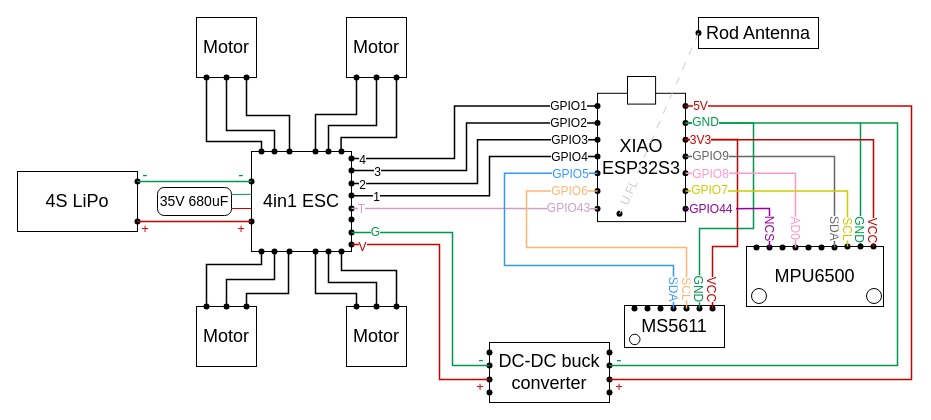
Before: documentation/drawio/wiring_diagram_drone.drawio in rossiesh/drone, a draw.io diagram. Source tidied: cells renumbered, new cells numbered last; positions are measured from the earlier drawing's top-left corner, leaving out a move shared by most shapes. Both pictures are drawn from the tidied source at 100%, with x=0, y=0 at pixel (17, 17).
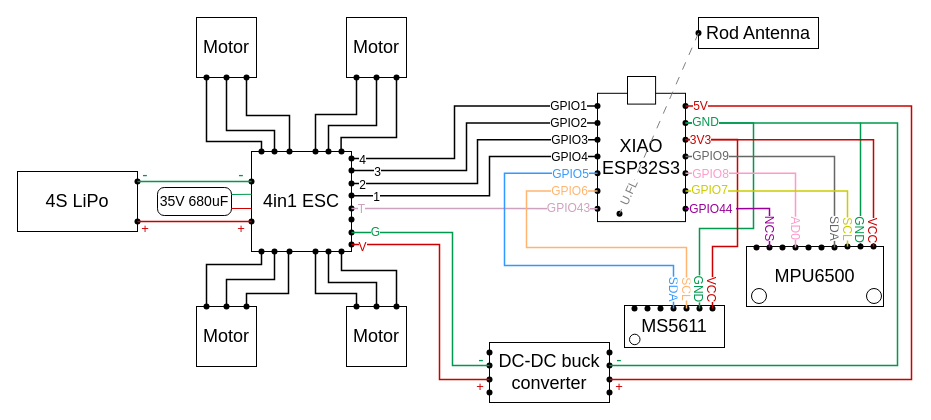
The same page after the edit.

Unchanged cells that the change refers to:
```xml
<mxCell id="96" style="shape=waypoint;sketch=0;size=6;points=[];fillColor=none;perimeter=centerPerimeter;snapToPoint=1;strokeWidth=1;fontSize=18;labelBackgroundColor=none;" parent="79" vertex="1">
  <mxGeometry x="22" y="127.3" width="20" height="20" as="geometry" />
</mxCell>
<mxCell id="169" style="shape=waypoint;sketch=0;size=6;points=[];fillColor=none;perimeter=centerPerimeter;snapToPoint=1;fontFamily=Helvetica;fontSize=11;fontColor=default;labelBackgroundColor=default;" parent="167" vertex="1">
  <mxGeometry y="5.5" width="20" height="20" as="geometry" />
</mxCell>
```

The edit, as a diff of the source:
```diff
@@
-    <mxCell id="170" style="edgeStyle=none;shape=connector;rounded=0;jettySize=auto;html=1;entryX=0.842;entryY=0.639;entryDx=0;entryDy=0;entryPerimeter=0;strokeColor=#CCCCCC;strokeWidth=1;align=center;verticalAlign=middle;fontFamily=Helvetica;fontSize=11;fontColor=default;labelBackgroundColor=default;endArrow=none;dashed=1;dashPattern=8 8;" parent="1" edge="1" source="169" target="96">
+    <mxCell id="170" style="edgeStyle=none;shape=connector;rounded=0;jettySize=auto;html=1;entryX=0.842;entryY=0.639;entryDx=0;entryDy=0;entryPerimeter=0;strokeColor=#808080;strokeWidth=1;align=center;verticalAlign=middle;fontFamily=Helvetica;fontSize=11;fontColor=default;labelBackgroundColor=default;endArrow=none;dashed=1;dashPattern=8 8;" parent="1" edge="1" source="169" target="96">
       <mxGeometry relative="1" as="geometry" />
     </mxCell>
-    <mxCell id="171" value="&lt;font style=&quot;font-size: 12px; color: rgb(204, 204, 204);&quot;&gt;U.FL&lt;/font&gt;" style="edgeLabel;html=1;align=center;verticalAlign=middle;fontFamily=Helvetica;fontSize=11;fontColor=default;labelBackgroundColor=default;rotation=295;" parent="170" vertex="1">
+    <mxCell id="171" value="&lt;font style=&quot;font-size: 12px; color: rgb(128, 128, 128);&quot;&gt;U.FL&lt;/font&gt;" style="edgeLabel;html=1;align=center;verticalAlign=middle;fontFamily=Helvetica;fontSize=11;fontColor=default;labelBackgroundColor=default;rotation=295;" parent="170" vertex="1">
       <mxGeometry x="0.81" y="2" relative="1" as="geometry">
         <mxPoint y="-4" as="offset" />
       </mxGeometry>
     </mxCell>
```
